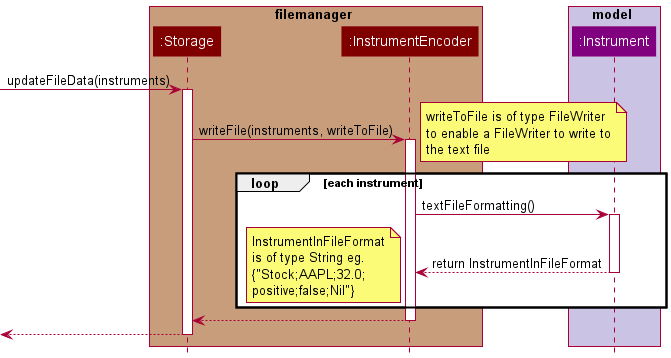
Before: docs/images/FileManagerEncodingSequenceDiag.png, a diagram exported from PlantUML (williamlamjy/mTracker).
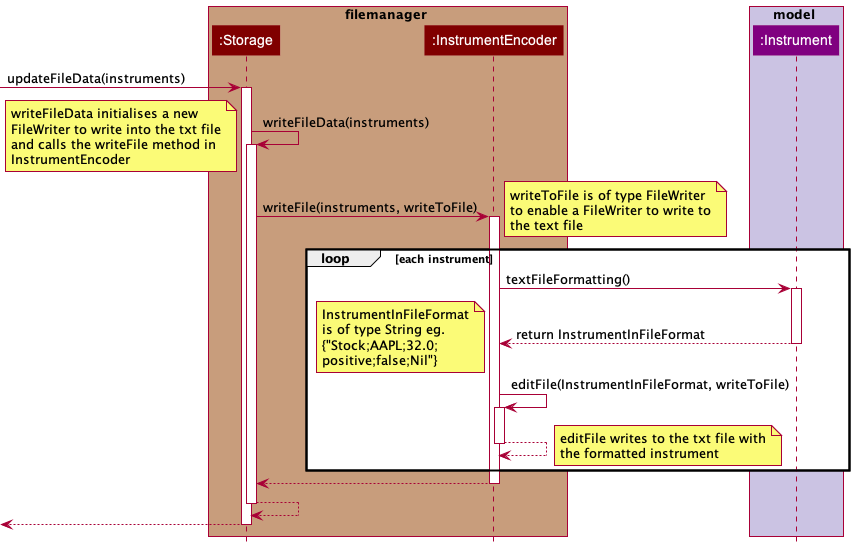
After the commit.

Commit message:
edited encoding diag

Diff of the diagram source:
```diff
@@ -12,6 +12,16 @@
 
 [-> Storage: updateFileData(instruments)
 activate Storage
+
+Storage-> Storage: writeFileData(instruments)
+activate Storage
+
+note bottom
+writeFileData initialises a new
+FileWriter to write into the txt file
+and calls the writeFile method in
+InstrumentEncoder
+end note
 
 Storage-> InstrumentEncoder: writeFile(instruments, writeToFile)
 activate InstrumentEncoder
@@ -33,9 +43,23 @@
     {"Stock;AAPL;32.0;
     positive;false;Nil"}
     end note
+
+    InstrumentEncoder-> InstrumentEncoder: editFile(InstrumentInFileFormat, writeToFile)
+    activate InstrumentEncoder
+    InstrumentEncoder--> InstrumentEncoder
+    deactivate InstrumentEncoder
+
+    note right
+    editFile writes to the txt file with
+    the formatted instrument
+    end note
+
 end
 InstrumentEncoder--> Storage
 deactivate InstrumentEncoder
+
+Storage--> Storage
+deactivate Storage
 
 [<-- Storage
 deactivate Storage
```
